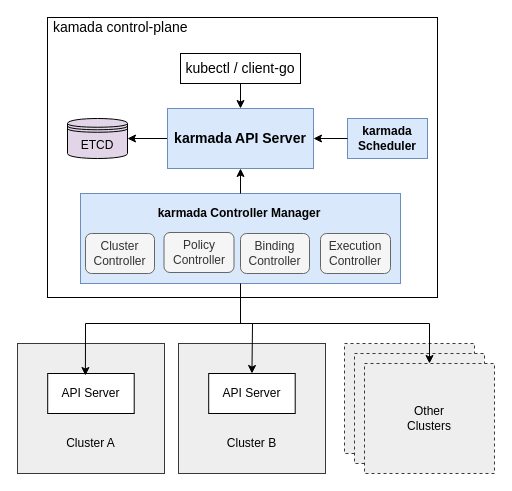
Earlier version of the draw.io diagram docs/images/architecture.drawio (karmada-io/karmada). Source tidied: cells renumbered, new cells numbered last; positions are measured from the earlier drawing's top-left corner, leaving out a move shared by most shapes. Both pictures are drawn from the tidied source at 100%, with x=0, y=0 at pixel (17, 17).
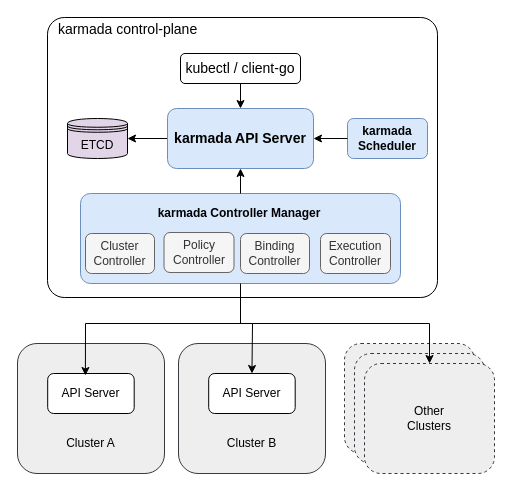
The same diagram, later.

What changed in the source:
```diff
@@
-    <mxCell id="2" style="rounded=0;whiteSpace=wrap;html=1;" parent="1" vertex="1">
+    <mxCell id="2" style="rounded=1;whiteSpace=wrap;html=1;arcSize=6;" parent="1" vertex="1">
       <mxGeometry x="30" width="390" height="280" as="geometry" />
     </mxCell>
@@
-    <mxCell id="6" value="karmada API Server" style="rounded=0;whiteSpace=wrap;html=1;fillColor=#dae8fc;strokeColor=#6c8ebf;fontSize=14;fontStyle=1;" parent="1" vertex="1">
+    <mxCell id="6" value="karmada API Server" style="rounded=1;whiteSpace=wrap;html=1;fillColor=#dae8fc;strokeColor=#6c8ebf;fontSize=14;fontStyle=1;" parent="1" vertex="1">
       <mxGeometry x="150" y="91" width="146" height="60" as="geometry" />
     </mxCell>
-    <mxCell id="7" style="group;" parent="1" vertex="1">
+    <mxCell id="7" style="group;rounded=1;arcSize=7;glass=0;" parent="1" vertex="1">
       <mxGeometry x="63" y="176" width="320" height="90" as="geometry" />
     </mxCell>
-    <mxCell id="8" style="rounded=0;whiteSpace=wrap;html=1;fillColor=#dae8fc;strokeColor=#6c8ebf;" parent="7" vertex="1">
+    <mxCell id="8" style="rounded=1;whiteSpace=wrap;html=1;fillColor=#dae8fc;strokeColor=#6c8ebf;arcSize=11;" parent="7" vertex="1">
       <mxGeometry width="320" height="90" as="geometry" />
     </mxCell>
@@
-    <mxCell id="14" value="karmada Scheduler" style="rounded=0;whiteSpace=wrap;html=1;fillColor=#dae8fc;strokeColor=#6c8ebf;fontStyle=1;" parent="1" vertex="1">
+    <mxCell id="14" value="karmada Scheduler" style="rounded=1;whiteSpace=wrap;html=1;fillColor=#dae8fc;strokeColor=#6c8ebf;fontStyle=1;" parent="1" vertex="1">
       <mxGeometry x="330" y="101" width="80" height="40" as="geometry" />
     </mxCell>
@@
-    <mxCell id="17" value="&lt;span style=&quot;font-size: 14px&quot;&gt;&lt;span&gt;&amp;nbsp;kamada control-plane&lt;/span&gt;&lt;/span&gt;" style="text;html=1;strokeColor=none;fillColor=none;align=left;verticalAlign=middle;whiteSpace=wrap;rounded=0;fontStyle=0;" parent="1" vertex="1">
-      <mxGeometry x="30" width="167" height="20" as="geometry" />
+    <mxCell id="17" value="&lt;span style=&quot;font-size: 14px&quot;&gt;&lt;span&gt;&amp;nbsp;karmada control-plane&lt;/span&gt;&lt;/span&gt;" style="text;html=1;strokeColor=none;fillColor=none;align=left;verticalAlign=middle;whiteSpace=wrap;rounded=0;fontStyle=0;" parent="1" vertex="1">
+      <mxGeometry x="35" y="2" width="167" height="20" as="geometry" />
     </mxCell>
-    <mxCell id="18" style="group;" parent="1" vertex="1">
+    <mxCell id="18" style="group;rounded=1;" parent="1" vertex="1">
       <mxGeometry y="326" width="147" height="130" as="geometry" />
     </mxCell>
-    <mxCell id="19" style="rounded=0;whiteSpace=wrap;html=1;fillColor=#eeeeee;strokeColor=#36393d;" parent="18" vertex="1">
+    <mxCell id="19" style="rounded=1;whiteSpace=wrap;html=1;fillColor=#eeeeee;strokeColor=#36393d;" parent="18" vertex="1">
       <mxGeometry width="147" height="130" as="geometry" />
     </mxCell>
-    <mxCell id="20" value="API Server" style="rounded=0;whiteSpace=wrap;html=1;" parent="18" vertex="1">
+    <mxCell id="20" value="API Server" style="rounded=1;whiteSpace=wrap;html=1;" parent="18" vertex="1">
       <mxGeometry x="30.2" y="30" width="86.5" height="40" as="geometry" />
     </mxCell>
-    <mxCell id="21" value="Cluster A" style="text;html=1;strokeColor=none;fillColor=none;align=center;verticalAlign=middle;whiteSpace=wrap;rounded=0;" parent="18" vertex="1">
+    <mxCell id="21" value="Cluster A" style="text;html=1;strokeColor=none;fillColor=none;align=center;verticalAlign=middle;whiteSpace=wrap;rounded=1;" parent="18" vertex="1">
       <mxGeometry x="20" y="90" width="107" height="20" as="geometry" />
     </mxCell>
-    <mxCell id="22" style="group;" parent="1" vertex="1">
+    <mxCell id="22" style="group;rounded=1;" parent="1" vertex="1">
       <mxGeometry x="161" y="326" width="147" height="130" as="geometry" />
     </mxCell>
-    <mxCell id="23" style="rounded=0;whiteSpace=wrap;html=1;fillColor=#eeeeee;strokeColor=#36393d;" parent="22" vertex="1">
+    <mxCell id="23" style="rounded=1;whiteSpace=wrap;html=1;fillColor=#eeeeee;strokeColor=#36393d;" parent="22" vertex="1">
       <mxGeometry width="147" height="130" as="geometry" />
     </mxCell>
-    <mxCell id="24" value="API Server" style="rounded=0;whiteSpace=wrap;html=1;" parent="22" vertex="1">
+    <mxCell id="24" value="API Server" style="rounded=1;whiteSpace=wrap;html=1;" parent="22" vertex="1">
       <mxGeometry x="30.2" y="30" width="86.5" height="40" as="geometry" />
     </mxCell>
-    <mxCell id="25" value="Cluster B" style="text;html=1;strokeColor=none;fillColor=none;align=center;verticalAlign=middle;whiteSpace=wrap;rounded=0;" parent="22" vertex="1">
+    <mxCell id="25" value="Cluster B" style="text;html=1;strokeColor=none;fillColor=none;align=center;verticalAlign=middle;whiteSpace=wrap;rounded=1;" parent="22" vertex="1">
       <mxGeometry x="20" y="90" width="107" height="20" as="geometry" />
     </mxCell>
-    <mxCell id="26" style="rounded=0;whiteSpace=wrap;html=1;dashed=1;fillColor=#eeeeee;strokeColor=#36393d;" parent="1" vertex="1">
+    <mxCell id="26" style="rounded=1;whiteSpace=wrap;html=1;dashed=1;fillColor=#eeeeee;strokeColor=#36393d;" parent="1" vertex="1">
       <mxGeometry x="327" y="326" width="130" height="110" as="geometry" />
     </mxCell>
-    <mxCell id="27" style="rounded=0;whiteSpace=wrap;html=1;dashed=1;fillColor=#eeeeee;strokeColor=#36393d;" parent="1" vertex="1">
+    <mxCell id="27" style="rounded=1;whiteSpace=wrap;html=1;dashed=1;fillColor=#eeeeee;strokeColor=#36393d;" parent="1" vertex="1">
       <mxGeometry x="337" y="336" width="130" height="110" as="geometry" />
     </mxCell>
-    <mxCell id="28" value="Other&lt;br&gt;Clusters" style="rounded=0;whiteSpace=wrap;html=1;dashed=1;fillColor=#eeeeee;strokeColor=#36393d;" parent="1" vertex="1">
+    <mxCell id="28" value="Other&lt;br&gt;Clusters" style="rounded=1;whiteSpace=wrap;html=1;dashed=1;fillColor=#eeeeee;strokeColor=#36393d;" parent="1" vertex="1">
       <mxGeometry x="347" y="346" width="130" height="110" as="geometry" />
     </mxCell>
@@
-    <mxCell id="32" value="kubectl / client-go" style="rounded=0;whiteSpace=wrap;html=1;fontSize=14;" parent="1" vertex="1">
+    <mxCell id="32" value="kubectl / client-go" style="rounded=1;whiteSpace=wrap;html=1;fontSize=14;" parent="1" vertex="1">
       <mxGeometry x="163" y="36" width="120" height="30" as="geometry" />
     </mxCell>
```
